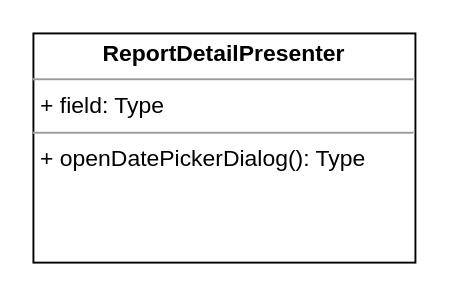
Earlier version of the draw.io diagram UNI-14817.drawio (ShiryaevNikolay/diagrams). Source tidied: cells renumbered, new cells numbered last; positions are measured from the earlier drawing's top-left corner, leaving out a move shared by most shapes. Both pictures are drawn from the tidied source at 191%, with x=0, y=0 at pixel (32, 32).
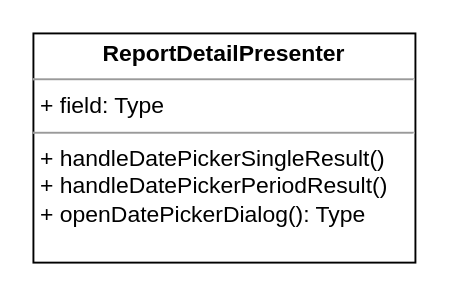
After the change.

Diff of the diagram source:
```diff
@@
 <mxGraphModel>
   <root>
     <mxCell id="0" />
     <mxCell id="1" parent="0" />
-    <mxCell id="2" value="&lt;p style=&quot;margin: 0px ; margin-top: 4px ; text-align: center&quot;&gt;&lt;b&gt;ReportDetailPresenter&lt;/b&gt;&lt;/p&gt;&lt;hr size=&quot;1&quot;&gt;&lt;p style=&quot;margin: 0px ; margin-left: 4px&quot;&gt;+ field: Type&lt;/p&gt;&lt;hr size=&quot;1&quot;&gt;&lt;p style=&quot;margin: 0px ; margin-left: 4px&quot;&gt;+ openDatePickerDialog(): Type&lt;/p&gt;" style="verticalAlign=top;align=left;overflow=fill;fontSize=12;fontFamily=Helvetica;html=1;" parent="1" vertex="1">
+    <mxCell id="2" value="&lt;p style=&quot;margin: 0px ; margin-top: 4px ; text-align: center&quot;&gt;&lt;b&gt;ReportDetailPresenter&lt;/b&gt;&lt;/p&gt;&lt;hr size=&quot;1&quot;&gt;&lt;p style=&quot;margin: 0px ; margin-left: 4px&quot;&gt;+ field: Type&lt;/p&gt;&lt;hr size=&quot;1&quot;&gt;&lt;p style=&quot;margin: 0px ; margin-left: 4px&quot;&gt;+ handleDatePickerSingleResult()&lt;/p&gt;&lt;p style=&quot;margin: 0px ; margin-left: 4px&quot;&gt;+ handleDatePickerPeriodResult()&lt;br&gt;&lt;/p&gt;&lt;p style=&quot;margin: 0px ; margin-left: 4px&quot;&gt;+ openDatePickerDialog(): Type&lt;/p&gt;" style="verticalAlign=top;align=left;overflow=fill;fontSize=12;fontFamily=Helvetica;html=1;" parent="1" vertex="1">
       <mxGeometry width="200" height="120" as="geometry" />
     </mxCell>
   </root>
 </mxGraphModel>
```
